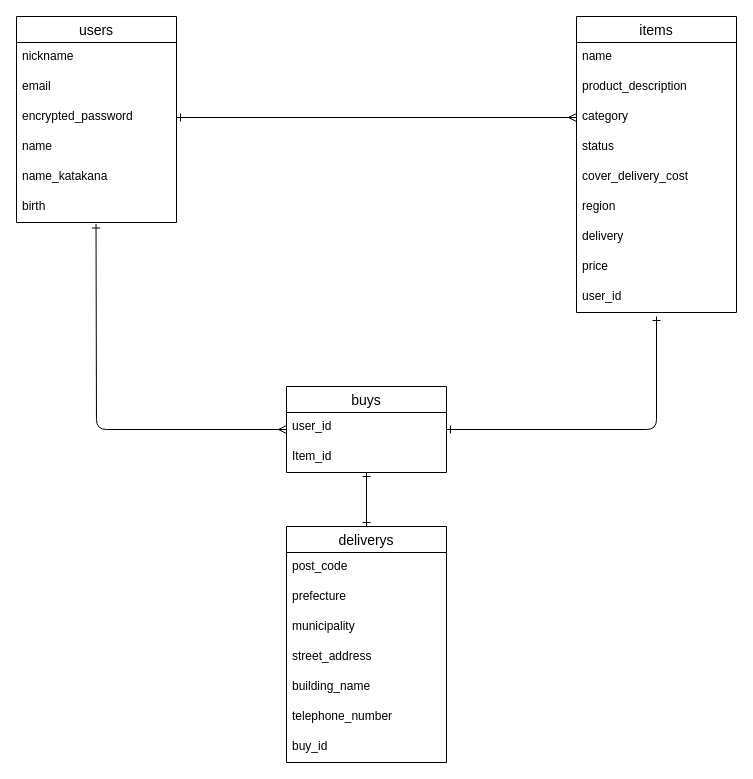
This is ER.dio from masaki-tec/furima-plus, a draw.io file, before an edit. Source tidied: cells renumbered, new cells numbered last; positions are measured from the earlier drawing's top-left corner, leaving out a move shared by most shapes. Both pictures are drawn from the tidied source at 100%, with x=0, y=0 at pixel (16, 16).
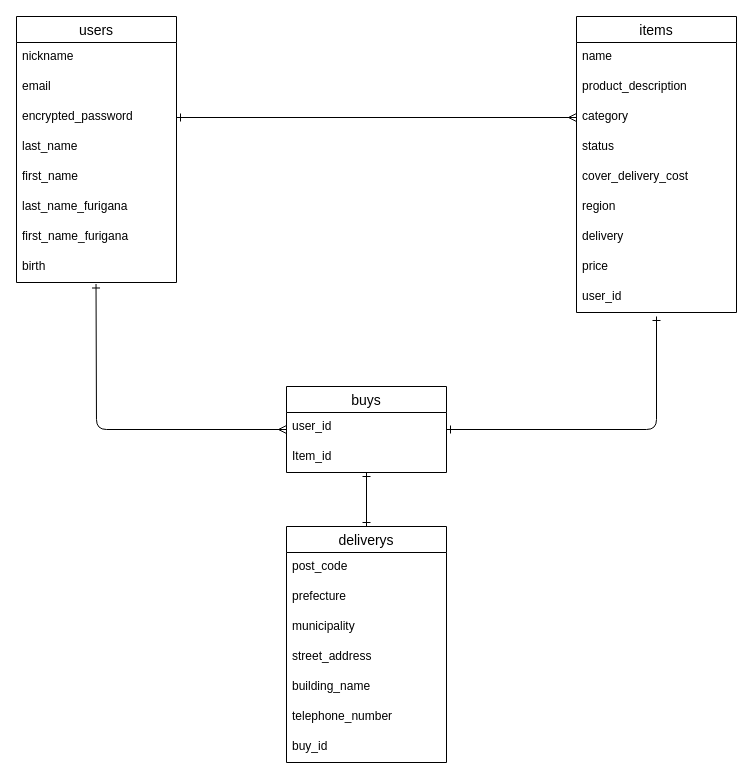
The same page after the edit.

Commit message (it also covers changes not shown here):
本名に関するカラムの修正

The edit, as a diff of the source:
```diff
@@
     <mxCell id="2" value="users" style="swimlane;fontStyle=0;horizontal=1;startSize=26;align=center;fontSize=14;" parent="1" vertex="1">
-      <mxGeometry width="160" height="206" as="geometry" />
+      <mxGeometry width="160" height="266" as="geometry" />
     </mxCell>
@@
+    <mxCell id="34" value="last_name" style="text;strokeColor=none;fillColor=none;spacingLeft=4;spacingRight=4;overflow=hidden;fontSize=12;" parent="2" vertex="1">
+      <mxGeometry y="116" width="160" height="30" as="geometry" />
+    </mxCell>
-    <mxCell id="6" value="name" style="text;strokeColor=none;fillColor=none;spacingLeft=4;spacingRight=4;overflow=hidden;fontSize=12;" parent="2" vertex="1">
-      <mxGeometry y="116" width="160" height="30" as="geometry" />
+    <mxCell id="6" value="first_name" style="text;strokeColor=none;fillColor=none;spacingLeft=4;spacingRight=4;overflow=hidden;fontSize=12;" parent="2" vertex="1">
+      <mxGeometry y="146" width="160" height="30" as="geometry" />
     </mxCell>
+    <mxCell id="35" value="last_name_furigana" style="text;strokeColor=none;fillColor=none;spacingLeft=4;spacingRight=4;overflow=hidden;fontSize=12;" parent="2" vertex="1">
+      <mxGeometry y="176" width="160" height="30" as="geometry" />
+    </mxCell>
-    <mxCell id="7" value="name_katakana" style="text;strokeColor=none;fillColor=none;spacingLeft=4;spacingRight=4;overflow=hidden;fontSize=12;" parent="2" vertex="1">
-      <mxGeometry y="146" width="160" height="30" as="geometry" />
+    <mxCell id="7" value="first_name_furigana" style="text;strokeColor=none;fillColor=none;spacingLeft=4;spacingRight=4;overflow=hidden;fontSize=12;" parent="2" vertex="1">
+      <mxGeometry y="206" width="160" height="30" as="geometry" />
     </mxCell>
     <mxCell id="8" value="birth" style="text;strokeColor=none;fillColor=none;spacingLeft=4;spacingRight=4;overflow=hidden;points=[[0,0.5],[1,0.5]];portConstraint=eastwest;fontSize=12;" parent="2" vertex="1">
-      <mxGeometry y="176" width="160" height="30" as="geometry" />
+      <mxGeometry y="236" width="160" height="30" as="geometry" />
     </mxCell>
```
